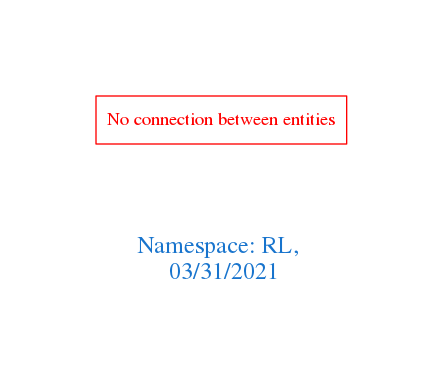
Earlier version of the Graphviz export downloads/RL.png (arago/OGIT). Its source is kept beside it as downloads/RL.dot.
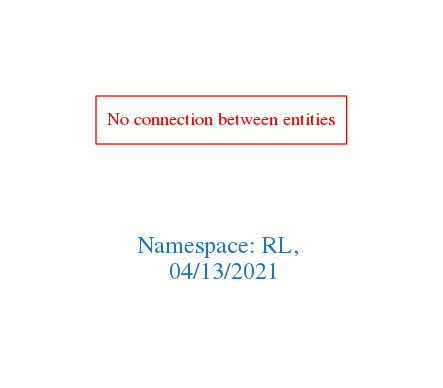
The same file after the commit.

The edit, as a diff of the source:
```diff
@@ -1,7 +1,7 @@
 digraph OGIT_ontology {
  graph [ rankdir= LR,pad=1
 fontsize = 18,
-fontcolor= dodgerblue3,label = "\n\n\nNamespace: RL, \n 03/31/2021"];
+fontcolor= dodgerblue3,label = "\n\n\nNamespace: RL, \n 04/13/2021"];
 node[shape=polygon];
 edge [  color="gray81"];
 
```
